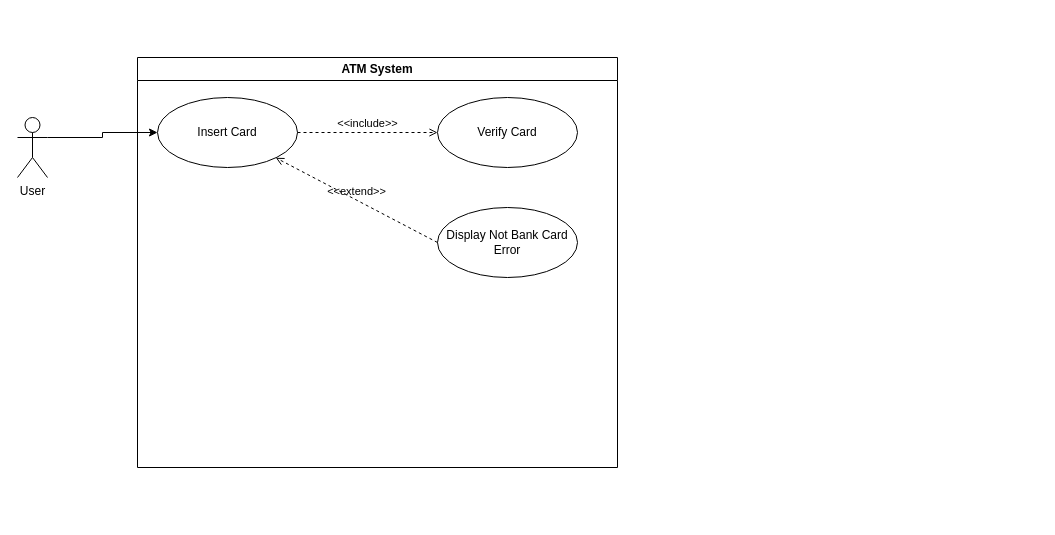
This is ATM_usecase_diagram.drawio from jilv220/UMLs, a draw.io file, before an edit. Source tidied: cells renumbered, new cells numbered last; positions are measured from the earlier drawing's top-left corner, leaving out a move shared by most shapes. Both pictures are drawn from the tidied source at 100%, with x=0, y=0 at pixel (17, 57).
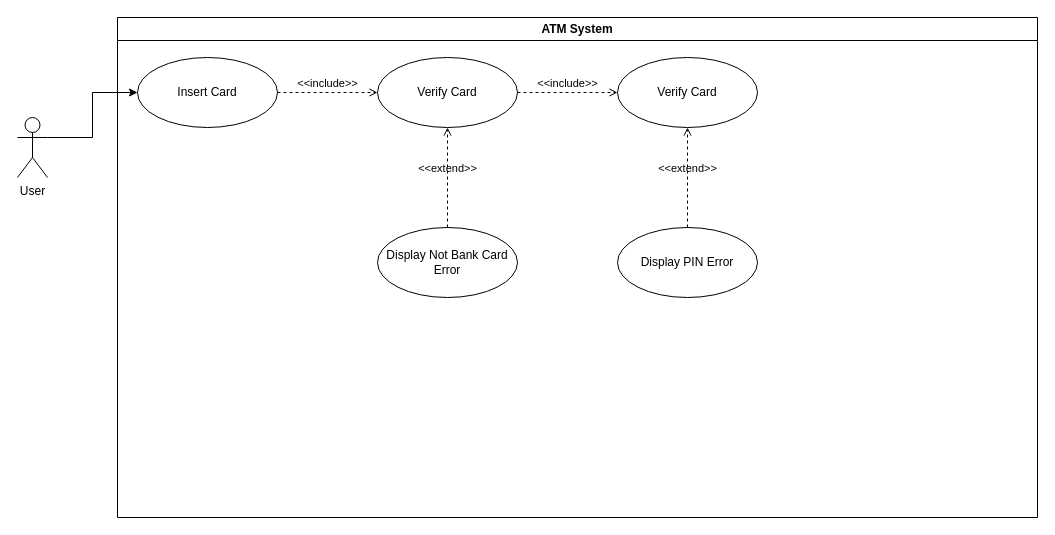
The same page after the edit.

Change to the diagram source:
```diff
@@
 <mxGraphModel>
   <root>
     <mxCell id="0" />
     <mxCell id="1" parent="0" />
     <mxCell id="2" value="&lt;div&gt;ATM System&lt;/div&gt;" style="swimlane;whiteSpace=wrap;html=1;" parent="1" vertex="1">
-      <mxGeometry x="120" width="480" height="410" as="geometry" />
+      <mxGeometry x="100" y="-40" width="920" height="500" as="geometry" />
     </mxCell>
     <mxCell id="3" value="Insert Card" style="ellipse;whiteSpace=wrap;html=1;" parent="2" vertex="1">
       <mxGeometry x="20" y="40" width="140" height="70" as="geometry" />
     </mxCell>
     <mxCell id="4" value="Verify Card" style="ellipse;whiteSpace=wrap;html=1;" parent="2" vertex="1">
-      <mxGeometry x="300" y="40" width="140" height="70" as="geometry" />
+      <mxGeometry x="260" y="40" width="140" height="70" as="geometry" />
     </mxCell>
     <mxCell id="5" value="&amp;lt;&amp;lt;include&amp;gt;&amp;gt;" style="html=1;verticalAlign=bottom;labelBackgroundColor=none;endArrow=open;endFill=0;dashed=1;rounded=0;exitX=1;exitY=0.5;exitDx=0;exitDy=0;entryX=0;entryY=0.5;entryDx=0;entryDy=0;" parent="2" edge="1" source="3" target="4">
       <mxGeometry relative="1" as="geometry" />
     </mxCell>
     <mxCell id="6" value="Display Not Bank Card Error" style="ellipse;whiteSpace=wrap;html=1;" parent="2" vertex="1">
-      <mxGeometry x="300" y="150" width="140" height="70" as="geometry" />
+      <mxGeometry x="260" y="210" width="140" height="70" as="geometry" />
     </mxCell>
-    <mxCell id="7" value="&amp;lt;&amp;lt;extend&amp;gt;&amp;gt;" style="html=1;verticalAlign=bottom;labelBackgroundColor=none;endArrow=open;endFill=0;dashed=1;rounded=0;exitX=0;exitY=0.5;exitDx=0;exitDy=0;" parent="2" edge="1" source="6" target="3">
+    <mxCell id="7" value="&amp;lt;&amp;lt;extend&amp;gt;&amp;gt;" style="html=1;verticalAlign=bottom;labelBackgroundColor=none;endArrow=open;endFill=0;dashed=1;rounded=0;exitX=0.5;exitY=0;exitDx=0;exitDy=0;entryX=0.5;entryY=1;entryDx=0;entryDy=0;" parent="2" edge="1" source="6" target="4">
       <mxGeometry relative="1" as="geometry" />
     </mxCell>
+    <mxCell id="10" value="&amp;lt;&amp;lt;include&amp;gt;&amp;gt;" style="html=1;verticalAlign=bottom;labelBackgroundColor=none;endArrow=open;endFill=0;dashed=1;rounded=0;exitX=1;exitY=0.5;exitDx=0;exitDy=0;" parent="2" edge="1" source="4" target="13">
+      <mxGeometry relative="1" as="geometry" />
+    </mxCell>
+    <mxCell id="11" value="Display PIN Error" style="ellipse;whiteSpace=wrap;html=1;" parent="2" vertex="1">
+      <mxGeometry x="500" y="210" width="140" height="70" as="geometry" />
+    </mxCell>
+    <mxCell id="12" value="&amp;lt;&amp;lt;extend&amp;gt;&amp;gt;" style="html=1;verticalAlign=bottom;labelBackgroundColor=none;endArrow=open;endFill=0;dashed=1;rounded=0;exitX=0.5;exitY=0;exitDx=0;exitDy=0;entryX=0.5;entryY=1;entryDx=0;entryDy=0;" parent="2" edge="1" source="11" target="13">
+      <mxGeometry relative="1" as="geometry" />
+    </mxCell>
+    <mxCell id="13" value="Verify Card" style="ellipse;whiteSpace=wrap;html=1;" parent="2" vertex="1">
+      <mxGeometry x="500" y="40" width="140" height="70" as="geometry" />
+    </mxCell>
     <mxCell id="8" style="edgeStyle=orthogonalEdgeStyle;rounded=0;jettySize=auto;html=1;exitX=1;exitY=0.3333333333333333;exitDx=0;exitDy=0;exitPerimeter=0;" parent="1" edge="1" source="9" target="3">
       <mxGeometry relative="1" as="geometry" />
     </mxCell>
     <mxCell id="9" value="&lt;div&gt;User&lt;/div&gt;&lt;div&gt;&lt;br&gt;&lt;/div&gt;" style="shape=umlActor;verticalLabelPosition=bottom;verticalAlign=top;html=1;" parent="1" vertex="1">
       <mxGeometry y="60" width="30" height="60" as="geometry" />
     </mxCell>
   </root>
 </mxGraphModel>
```
